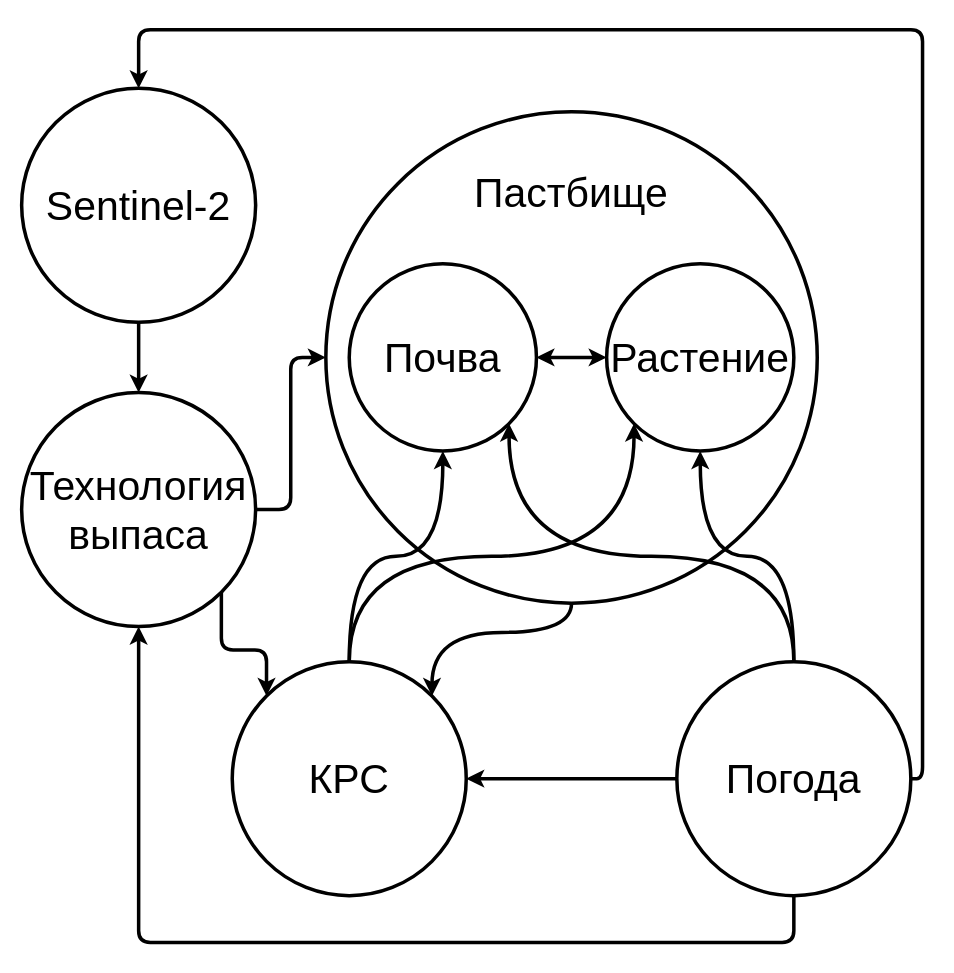
Before: diagrams/Grazing System Graph Diagram.drawio in Yerlan999/CowsGPSTracker-KazATU, a draw.io diagram. Source tidied: cells renumbered, new cells numbered last; positions are measured from the earlier drawing's top-left corner, leaving out a move shared by most shapes. Both pictures are drawn from the tidied source at 117%, with x=0, y=0 at pixel (21, 29).
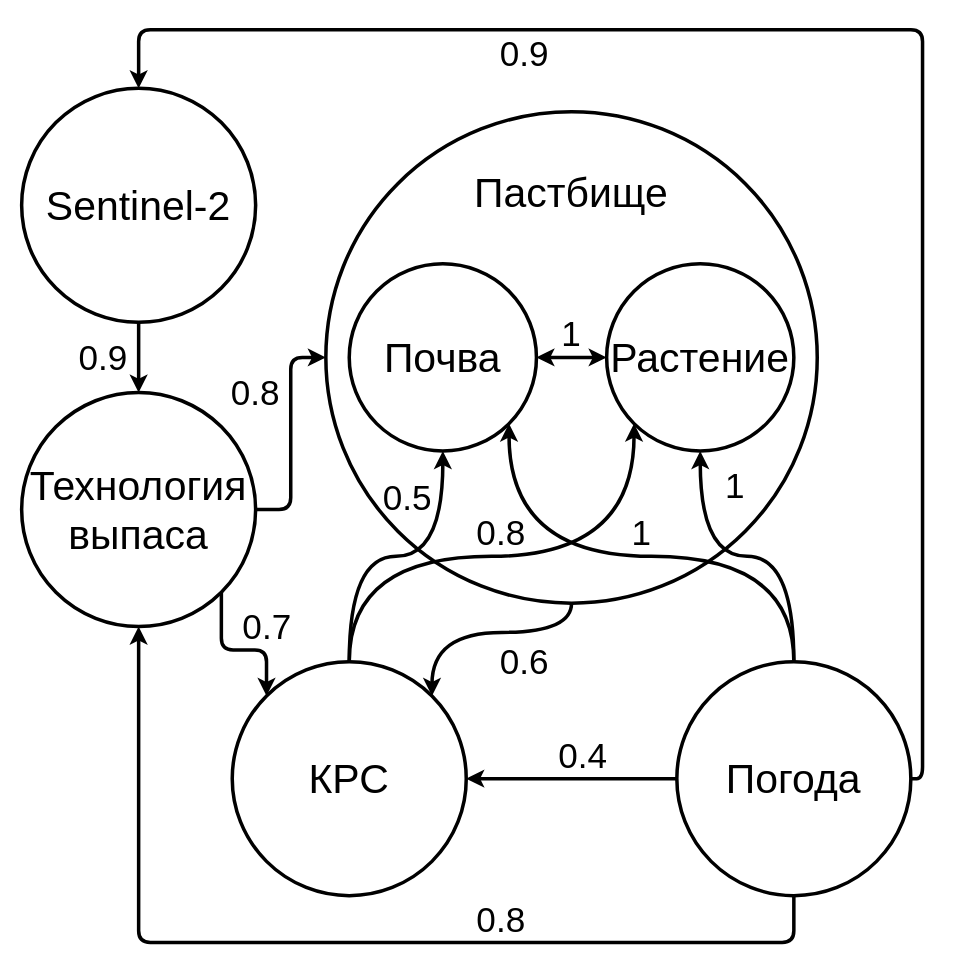
The same diagram, later.

Commit message (it also covers changes not shown here):
graph diagram wieghted

The edit, as a diff of the source:
```diff
@@
+    <mxCell id="21" value="&lt;span style=&quot;font-size: 30px&quot;&gt;0.9&lt;/span&gt;" style="text;html=1;strokeColor=none;fillColor=none;align=center;verticalAlign=middle;whiteSpace=wrap;rounded=0;fontStyle=0;" parent="1" vertex="1">
+      <mxGeometry x="410" y="10" width="40" height="20" as="geometry" />
+    </mxCell>
+    <mxCell id="22" value="&lt;span style=&quot;font-size: 30px&quot;&gt;0.8&lt;/span&gt;" style="text;html=1;strokeColor=none;fillColor=none;align=center;verticalAlign=middle;whiteSpace=wrap;rounded=0;fontStyle=0;" parent="1" vertex="1">
+      <mxGeometry x="390" y="420" width="40" height="20" as="geometry" />
+    </mxCell>
+    <mxCell id="23" value="&lt;span style=&quot;font-size: 30px&quot;&gt;1&lt;/span&gt;" style="text;html=1;strokeColor=none;fillColor=none;align=center;verticalAlign=middle;whiteSpace=wrap;rounded=0;fontStyle=0;" parent="1" vertex="1">
+      <mxGeometry x="450" y="250" width="40" height="20" as="geometry" />
+    </mxCell>
+    <mxCell id="24" value="&lt;span style=&quot;font-size: 30px&quot;&gt;0.5&lt;/span&gt;" style="text;html=1;strokeColor=none;fillColor=none;align=center;verticalAlign=middle;whiteSpace=wrap;rounded=0;fontStyle=0;" parent="1" vertex="1">
+      <mxGeometry x="310" y="390" width="40" height="20" as="geometry" />
+    </mxCell>
+    <mxCell id="25" value="&lt;span style=&quot;font-size: 30px&quot;&gt;1&lt;/span&gt;" style="text;html=1;strokeColor=none;fillColor=none;align=center;verticalAlign=middle;whiteSpace=wrap;rounded=0;fontStyle=0;" parent="1" vertex="1">
+      <mxGeometry x="590" y="380" width="40" height="20" as="geometry" />
+    </mxCell>
+    <mxCell id="26" value="&lt;span style=&quot;font-size: 30px&quot;&gt;1&lt;/span&gt;" style="text;html=1;strokeColor=none;fillColor=none;align=center;verticalAlign=middle;whiteSpace=wrap;rounded=0;fontStyle=0;" parent="1" vertex="1">
+      <mxGeometry x="510" y="420" width="40" height="20" as="geometry" />
+    </mxCell>
+    <mxCell id="27" value="&lt;span style=&quot;font-size: 30px&quot;&gt;0.8&lt;/span&gt;" style="text;html=1;strokeColor=none;fillColor=none;align=center;verticalAlign=middle;whiteSpace=wrap;rounded=0;fontStyle=0;" parent="1" vertex="1">
+      <mxGeometry x="180" y="300" width="40" height="20" as="geometry" />
+    </mxCell>
+    <mxCell id="28" value="&lt;span style=&quot;font-size: 30px&quot;&gt;0.4&lt;/span&gt;" style="text;html=1;strokeColor=none;fillColor=none;align=center;verticalAlign=middle;whiteSpace=wrap;rounded=0;fontStyle=0;" parent="1" vertex="1">
+      <mxGeometry x="460" y="610" width="40" height="20" as="geometry" />
+    </mxCell>
+    <mxCell id="29" value="&lt;span style=&quot;font-size: 30px&quot;&gt;0.9&lt;/span&gt;" style="text;html=1;strokeColor=none;fillColor=none;align=center;verticalAlign=middle;whiteSpace=wrap;rounded=0;fontStyle=0;" parent="1" vertex="1">
+      <mxGeometry x="50" y="270" width="40" height="20" as="geometry" />
+    </mxCell>
+    <mxCell id="30" value="&lt;span style=&quot;font-size: 30px&quot;&gt;0.8&lt;/span&gt;" style="text;html=1;strokeColor=none;fillColor=none;align=center;verticalAlign=middle;whiteSpace=wrap;rounded=0;fontStyle=0;" parent="1" vertex="1">
+      <mxGeometry x="390" y="751" width="40" height="20" as="geometry" />
+    </mxCell>
+    <mxCell id="31" value="&lt;span style=&quot;font-size: 30px&quot;&gt;0.6&lt;/span&gt;" style="text;html=1;strokeColor=none;fillColor=none;align=center;verticalAlign=middle;whiteSpace=wrap;rounded=0;fontStyle=0;" parent="1" vertex="1">
+      <mxGeometry x="410" y="530" width="40" height="20" as="geometry" />
+    </mxCell>
+    <mxCell id="32" value="&lt;span style=&quot;font-size: 30px&quot;&gt;0.7&lt;/span&gt;" style="text;html=1;strokeColor=none;fillColor=none;align=center;verticalAlign=middle;whiteSpace=wrap;rounded=0;fontStyle=0;" parent="1" vertex="1">
+      <mxGeometry x="190" y="500" width="40" height="20" as="geometry" />
+    </mxCell>
```
